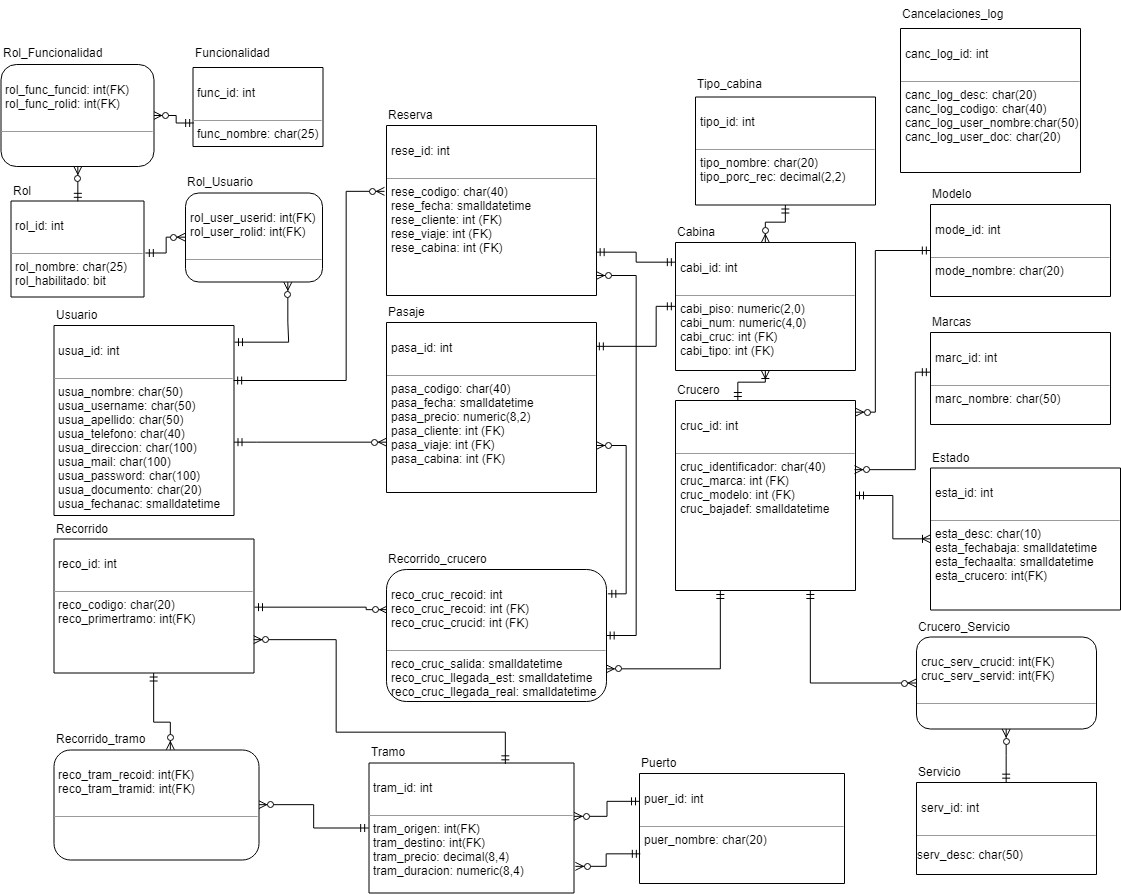
The draw.io diagram gdd tp.png in UliDePiero/GdD_1C2K19, before a commit. Source tidied: cells renumbered, new cells last; positions are measured from the earlier drawing's top-left corner, leaving out a move shared by most shapes.
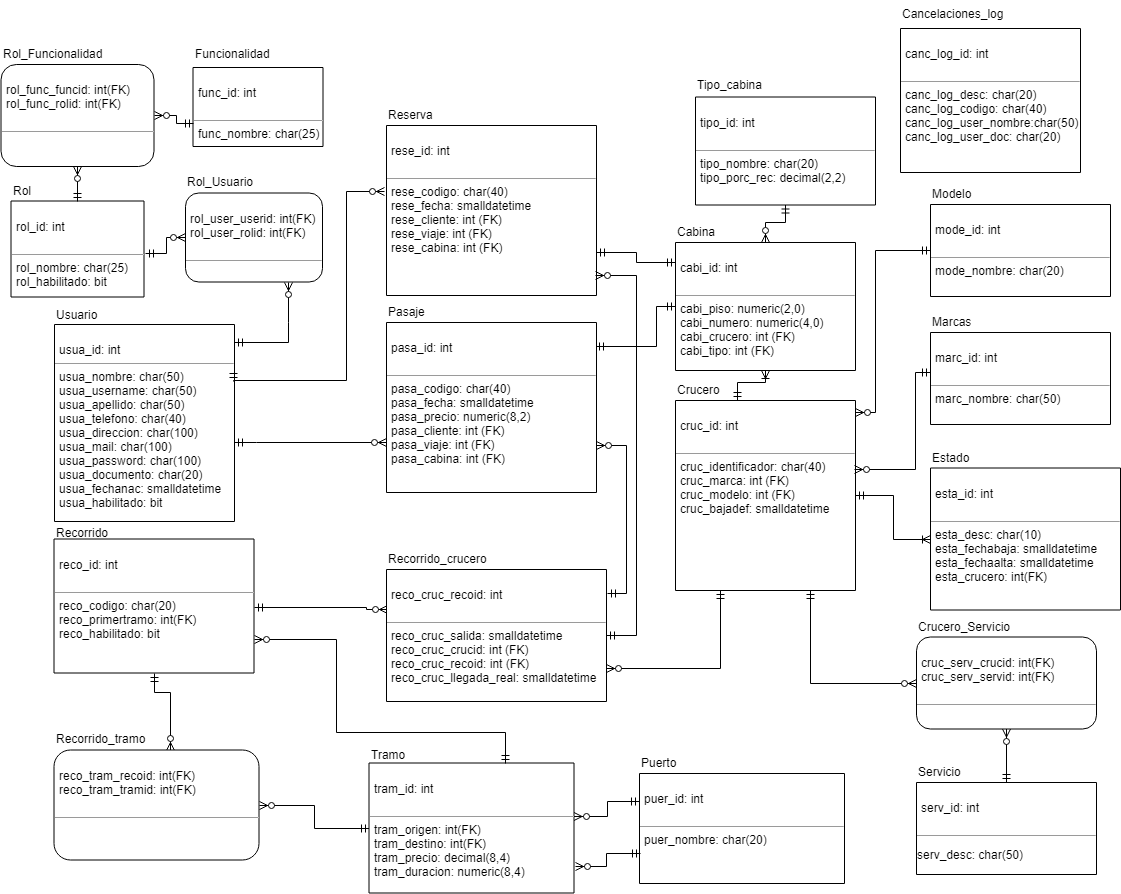
After the commit.

Commit message:
nuevo diag

Diff of the diagram source:
```diff
@@ -18,8 +18,8 @@
         </Array>
       </mxGeometry>
     </mxCell>
-    <mxCell id="4" value="&lt;p style=&quot;margin: 0px ; margin-top: 4px ; text-align: center&quot;&gt;&lt;br&gt;&lt;/p&gt;&lt;p style=&quot;margin: 0px ; margin-left: 4px&quot;&gt;usua_id: int&lt;/p&gt;&lt;p style=&quot;margin: 0px ; margin-left: 4px&quot;&gt;&lt;br&gt;&lt;/p&gt;&lt;hr size=&quot;1&quot;&gt;&lt;p style=&quot;margin: 0px ; margin-left: 4px&quot;&gt;usua_nombre: char(50)&lt;/p&gt;&lt;p style=&quot;margin: 0px ; margin-left: 4px&quot;&gt;usua_username: char(50)&lt;/p&gt;&lt;p style=&quot;margin: 0px ; margin-left: 4px&quot;&gt;usua_apellido: char(50)&lt;/p&gt;&lt;p style=&quot;margin: 0px ; margin-left: 4px&quot;&gt;usua_telefono: char(40)&lt;/p&gt;&lt;p style=&quot;margin: 0px ; margin-left: 4px&quot;&gt;usua_direccion: char(100)&lt;/p&gt;&lt;p style=&quot;margin: 0px ; margin-left: 4px&quot;&gt;usua_mail: char(100)&lt;/p&gt;&lt;p style=&quot;margin: 0px ; margin-left: 4px&quot;&gt;usua_password: char(100)&lt;/p&gt;&lt;p style=&quot;margin: 0px ; margin-left: 4px&quot;&gt;usua_documento: char(20)&lt;/p&gt;&lt;p style=&quot;margin: 0px ; margin-left: 4px&quot;&gt;usua_fechanac: smalldatetime&lt;/p&gt;&lt;p style=&quot;margin: 0px ; margin-left: 4px&quot;&gt;&lt;br&gt;&lt;/p&gt;" style="verticalAlign=top;align=left;overflow=fill;fontSize=12;fontFamily=Helvetica;html=1;rounded=0;shadow=0;comic=0;labelBackgroundColor=none;strokeColor=#000000;strokeWidth=1;fillColor=#ffffff;direction=south;" parent="1" vertex="1">
-      <mxGeometry x="53.5" y="325" width="180" height="190" as="geometry" />
+    <mxCell id="4" value="&lt;p style=&quot;margin: 0px ; margin-top: 4px ; text-align: center&quot;&gt;&lt;br&gt;&lt;/p&gt;&lt;p style=&quot;margin: 0px ; margin-left: 4px&quot;&gt;usua_id: int&lt;/p&gt;&lt;hr size=&quot;1&quot;&gt;&lt;p style=&quot;margin: 0px ; margin-left: 4px&quot;&gt;usua_nombre: char(50)&lt;/p&gt;&lt;p style=&quot;margin: 0px ; margin-left: 4px&quot;&gt;usua_username: char(50)&lt;/p&gt;&lt;p style=&quot;margin: 0px ; margin-left: 4px&quot;&gt;usua_apellido: char(50)&lt;/p&gt;&lt;p style=&quot;margin: 0px ; margin-left: 4px&quot;&gt;usua_telefono: char(40)&lt;/p&gt;&lt;p style=&quot;margin: 0px ; margin-left: 4px&quot;&gt;usua_direccion: char(100)&lt;/p&gt;&lt;p style=&quot;margin: 0px ; margin-left: 4px&quot;&gt;usua_mail: char(100)&lt;/p&gt;&lt;p style=&quot;margin: 0px ; margin-left: 4px&quot;&gt;usua_password: char(100)&lt;/p&gt;&lt;p style=&quot;margin: 0px ; margin-left: 4px&quot;&gt;usua_documento: char(20)&lt;/p&gt;&lt;p style=&quot;margin: 0px ; margin-left: 4px&quot;&gt;usua_fechanac: smalldatetime&lt;/p&gt;&lt;p style=&quot;margin: 0px ; margin-left: 4px&quot;&gt;usua_habilitado: bit&lt;/p&gt;" style="verticalAlign=top;align=left;overflow=fill;fontSize=12;fontFamily=Helvetica;html=1;rounded=0;shadow=0;comic=0;labelBackgroundColor=none;strokeColor=#000000;strokeWidth=1;fillColor=#ffffff;direction=south;" parent="1" vertex="1">
+      <mxGeometry x="54" y="324" width="180" height="197" as="geometry" />
     </mxCell>
     <mxCell id="5" style="edgeStyle=orthogonalEdgeStyle;rounded=0;jettySize=auto;html=1;exitX=0.141;exitY=0.005;exitDx=0;exitDy=0;entryX=0.5;entryY=1;entryDx=0;entryDy=0;startArrow=ERmandOne;startFill=0;endArrow=ERmandOne;endFill=0;exitPerimeter=0;" parent="1" edge="1" source="6" target="15">
       <mxGeometry relative="1" as="geometry">
@@ -61,7 +61,7 @@
     <mxCell id="14" style="edgeStyle=orthogonalEdgeStyle;rounded=0;jettySize=auto;html=1;startArrow=ERzeroToMany;startFill=1;endArrow=ERmandOne;endFill=0;" parent="1" edge="1" source="15" target="16">
       <mxGeometry relative="1" as="geometry" />
     </mxCell>
-    <mxCell id="15" value="&lt;p style=&quot;margin: 0px ; margin-top: 4px ; text-align: center&quot;&gt;&lt;br&gt;&lt;/p&gt;&lt;p style=&quot;margin: 0px ; margin-left: 4px&quot;&gt;cabi_id: int&lt;/p&gt;&lt;p style=&quot;margin: 0px ; margin-left: 4px&quot;&gt;&lt;br&gt;&lt;/p&gt;&lt;hr size=&quot;1&quot;&gt;&lt;p style=&quot;margin: 0px ; margin-left: 4px&quot;&gt;cabi_piso: numeric(2,0)&lt;/p&gt;&lt;p style=&quot;margin: 0px ; margin-left: 4px&quot;&gt;cabi_num: numeric(4,0)&lt;/p&gt;&lt;p style=&quot;margin: 0px ; margin-left: 4px&quot;&gt;cabi_cruc: int (FK)&lt;/p&gt;&lt;p style=&quot;margin: 0px ; margin-left: 4px&quot;&gt;cabi_tipo: int (FK)&lt;/p&gt;&lt;p style=&quot;margin: 0px ; margin-left: 4px&quot;&gt;&lt;br&gt;&lt;/p&gt;" style="verticalAlign=top;align=left;overflow=fill;fontSize=12;fontFamily=Helvetica;html=1;rounded=0;shadow=0;comic=0;labelBackgroundColor=none;strokeColor=#000000;strokeWidth=1;fillColor=#ffffff;direction=south;" parent="1" vertex="1">
+    <mxCell id="15" value="&lt;p style=&quot;margin: 0px ; margin-top: 4px ; text-align: center&quot;&gt;&lt;br&gt;&lt;/p&gt;&lt;p style=&quot;margin: 0px ; margin-left: 4px&quot;&gt;cabi_id: int&lt;/p&gt;&lt;p style=&quot;margin: 0px ; margin-left: 4px&quot;&gt;&lt;br&gt;&lt;/p&gt;&lt;hr size=&quot;1&quot;&gt;&lt;p style=&quot;margin: 0px ; margin-left: 4px&quot;&gt;cabi_piso: numeric(2,0)&lt;/p&gt;&lt;p style=&quot;margin: 0px ; margin-left: 4px&quot;&gt;cabi_numero: numeric(4,0)&lt;/p&gt;&lt;p style=&quot;margin: 0px ; margin-left: 4px&quot;&gt;cabi_crucero: int (FK)&lt;/p&gt;&lt;p style=&quot;margin: 0px ; margin-left: 4px&quot;&gt;cabi_tipo: int (FK)&lt;/p&gt;&lt;p style=&quot;margin: 0px ; margin-left: 4px&quot;&gt;&lt;br&gt;&lt;/p&gt;" style="verticalAlign=top;align=left;overflow=fill;fontSize=12;fontFamily=Helvetica;html=1;rounded=0;shadow=0;comic=0;labelBackgroundColor=none;strokeColor=#000000;strokeWidth=1;fillColor=#ffffff;direction=south;" parent="1" vertex="1">
       <mxGeometry x="675" y="242" width="180" height="128" as="geometry" />
     </mxCell>
     <mxCell id="16" value="&lt;p style=&quot;margin: 0px ; margin-top: 4px ; text-align: center&quot;&gt;&lt;br&gt;&lt;/p&gt;&lt;p style=&quot;margin: 0px ; margin-left: 4px&quot;&gt;tipo_id: int&lt;/p&gt;&lt;p style=&quot;margin: 0px ; margin-left: 4px&quot;&gt;&lt;br&gt;&lt;/p&gt;&lt;hr size=&quot;1&quot;&gt;&lt;p style=&quot;margin: 0px ; margin-left: 4px&quot;&gt;&lt;span&gt;tipo_nombre: char(20)&lt;/span&gt;&lt;br&gt;&lt;/p&gt;&lt;p style=&quot;margin: 0px ; margin-left: 4px&quot;&gt;tipo_porc_rec: decimal(2,2)&lt;/p&gt;&lt;p style=&quot;margin: 0px ; margin-left: 4px&quot;&gt;&lt;br&gt;&lt;/p&gt;&lt;p style=&quot;margin: 0px ; margin-left: 4px&quot;&gt;&lt;br&gt;&lt;/p&gt;&lt;p style=&quot;margin: 0px ; margin-left: 4px&quot;&gt;&lt;br&gt;&lt;/p&gt;" style="verticalAlign=top;align=left;overflow=fill;fontSize=12;fontFamily=Helvetica;html=1;rounded=0;shadow=0;comic=0;labelBackgroundColor=none;strokeColor=#000000;strokeWidth=1;fillColor=#ffffff;direction=south;" parent="1" vertex="1">
@@ -82,22 +82,22 @@
     <mxCell id="19" style="edgeStyle=orthogonalEdgeStyle;rounded=0;jettySize=auto;html=1;startArrow=ERmandOne;startFill=0;endArrow=ERzeroToMany;endFill=1;entryX=0.433;entryY=1;entryDx=0;entryDy=0;entryPerimeter=0;exitX=0.5;exitY=0;exitDx=0;exitDy=0;" parent="1" edge="1" source="20" target="37">
       <mxGeometry relative="1" as="geometry">
         <Array as="points">
-          <mxPoint x="154" y="722" />
-          <mxPoint x="169" y="722" />
+          <mxPoint x="154" y="692" />
+          <mxPoint x="170" y="692" />
         </Array>
       </mxGeometry>
     </mxCell>
-    <mxCell id="20" value="&lt;p style=&quot;margin: 0px ; margin-top: 4px ; text-align: center&quot;&gt;&lt;br&gt;&lt;/p&gt;&lt;p style=&quot;margin: 0px ; margin-left: 4px&quot;&gt;reco_id: int&lt;br&gt;&lt;/p&gt;&lt;p style=&quot;margin: 0px ; margin-left: 4px&quot;&gt;&lt;br&gt;&lt;/p&gt;&lt;hr size=&quot;1&quot;&gt;&lt;p style=&quot;margin: 0px ; margin-left: 4px&quot;&gt;reco_codigo: char(20)&lt;span&gt;&lt;br&gt;&lt;/span&gt;&lt;/p&gt;&lt;p style=&quot;margin: 0px ; margin-left: 4px&quot;&gt;&lt;span&gt;reco_primertramo: int(FK)&lt;/span&gt;&lt;br&gt;&lt;/p&gt;" style="verticalAlign=top;align=left;overflow=fill;fontSize=12;fontFamily=Helvetica;html=1;rounded=0;shadow=0;comic=0;labelBackgroundColor=none;strokeColor=#000000;strokeWidth=1;fillColor=#ffffff;direction=west;" parent="1" vertex="1">
+    <mxCell id="20" value="&lt;p style=&quot;margin: 0px ; margin-top: 4px ; text-align: center&quot;&gt;&lt;br&gt;&lt;/p&gt;&lt;p style=&quot;margin: 0px ; margin-left: 4px&quot;&gt;reco_id: int&lt;br&gt;&lt;/p&gt;&lt;p style=&quot;margin: 0px ; margin-left: 4px&quot;&gt;&lt;br&gt;&lt;/p&gt;&lt;hr size=&quot;1&quot;&gt;&lt;p style=&quot;margin: 0px ; margin-left: 4px&quot;&gt;reco_codigo: char(20)&lt;span&gt;&lt;br&gt;&lt;/span&gt;&lt;/p&gt;&lt;p style=&quot;margin: 0px ; margin-left: 4px&quot;&gt;&lt;span&gt;reco_primertramo: int(FK)&lt;/span&gt;&lt;br&gt;&lt;/p&gt;&lt;p style=&quot;margin: 0px ; margin-left: 4px&quot;&gt;&lt;span&gt;reco_habilitado: bit&lt;/span&gt;&lt;/p&gt;" style="verticalAlign=top;align=left;overflow=fill;fontSize=12;fontFamily=Helvetica;html=1;rounded=0;shadow=0;comic=0;labelBackgroundColor=none;strokeColor=#000000;strokeWidth=1;fillColor=#ffffff;direction=west;" parent="1" vertex="1">
       <mxGeometry x="53.5" y="538.5" width="200" height="134" as="geometry" />
     </mxCell>
     <mxCell id="21" style="edgeStyle=orthogonalEdgeStyle;rounded=0;jettySize=auto;html=1;exitX=1;exitY=0.5;exitDx=0;exitDy=0;entryX=0;entryY=0.5;entryDx=0;entryDy=0;startArrow=ERmandOne;startFill=0;endArrow=ERzeroToMany;endFill=1;" parent="1" edge="1" source="54" target="37">
       <mxGeometry relative="1" as="geometry" />
     </mxCell>
     <mxCell id="22" value="Recorrido" style="text;html=1;align=left;verticalAlign=top;spacingTop=-4;" parent="1" vertex="1">
-      <mxGeometry x="53.5" y="518.5" width="70" height="20" as="geometry" />
+      <mxGeometry x="53.5" y="522.5" width="70" height="20" as="geometry" />
     </mxCell>
     <mxCell id="23" value="Tramo" style="text;html=1;align=left;verticalAlign=top;spacingTop=-4;" parent="1" vertex="1">
-      <mxGeometry x="368.5" y="741.5" width="50" height="20" as="geometry" />
+      <mxGeometry x="368.5" y="744.5" width="50" height="20" as="geometry" />
     </mxCell>
     <mxCell id="24" style="endArrow=ERzeroToMany;html=1;endFill=1;startArrow=ERmandOne;startFill=0;edgeStyle=orthogonalEdgeStyle;strokeColor=#000000;rounded=0;entryX=0.303;entryY=0.995;entryDx=0;entryDy=0;exitX=0;exitY=0.5;exitDx=0;exitDy=0;entryPerimeter=0;" parent="1" edge="1" target="28">
       <mxGeometry relative="1" as="geometry">
@@ -117,7 +117,7 @@
     <mxCell id="27" value="Estado" style="text;html=1;align=left;verticalAlign=top;spacingTop=-4;" parent="1" vertex="1">
       <mxGeometry x="930" y="447.5" width="50" height="20" as="geometry" />
     </mxCell>
-    <mxCell id="28" value="&lt;p style=&quot;margin: 0px ; margin-top: 4px ; text-align: center&quot;&gt;&lt;br&gt;&lt;/p&gt;&lt;p style=&quot;margin: 0px ; margin-left: 4px&quot;&gt;&lt;span&gt;reco_cruc_recoid: int&lt;/span&gt;&lt;/p&gt;&lt;p style=&quot;margin: 0px ; margin-left: 4px&quot;&gt;&lt;span&gt;reco_cruc_recoid: int (FK)&lt;/span&gt;&lt;br&gt;&lt;/p&gt;&lt;p style=&quot;margin: 0px ; margin-left: 4px&quot;&gt;&lt;span&gt;reco_cruc_crucid: int (FK)&lt;/span&gt;&lt;/p&gt;&lt;p style=&quot;margin: 0px ; margin-left: 4px&quot;&gt;&lt;br&gt;&lt;/p&gt;&lt;hr size=&quot;1&quot;&gt;&lt;p style=&quot;margin: 0px ; margin-left: 4px&quot;&gt;&lt;span&gt;reco_cruc_salida: smalldatetime&lt;/span&gt;&lt;br&gt;&lt;/p&gt;&lt;p style=&quot;margin: 0px ; margin-left: 4px&quot;&gt;&lt;span&gt;reco_cruc_llegada_est: smalldatetime&lt;/span&gt;&lt;/p&gt;&lt;p style=&quot;margin: 0px ; margin-left: 4px&quot;&gt;&lt;span&gt;reco_cruc_llegada_real: smalldatetime&lt;/span&gt;&lt;br&gt;&lt;/p&gt;&lt;p style=&quot;margin: 0px ; margin-left: 4px&quot;&gt;&lt;br&gt;&lt;/p&gt;" style="verticalAlign=top;align=left;overflow=fill;fontSize=12;fontFamily=Helvetica;html=1;rounded=1;shadow=0;comic=0;labelBackgroundColor=none;strokeColor=#000000;strokeWidth=1;fillColor=#ffffff;direction=south;" parent="1" vertex="1">
+    <mxCell id="28" value="&lt;p style=&quot;margin: 0px ; margin-top: 4px ; text-align: center&quot;&gt;&lt;br&gt;&lt;/p&gt;&lt;p style=&quot;margin: 0px ; margin-left: 4px&quot;&gt;&lt;span&gt;reco_cruc_recoid: int&lt;/span&gt;&lt;/p&gt;&lt;p style=&quot;margin: 0px ; margin-left: 4px&quot;&gt;&lt;br&gt;&lt;/p&gt;&lt;hr size=&quot;1&quot;&gt;&lt;p style=&quot;margin: 0px ; margin-left: 4px&quot;&gt;&lt;span&gt;reco_cruc_salida: smalldatetime&lt;/span&gt;&lt;br&gt;&lt;/p&gt;&lt;p style=&quot;margin: 0px ; margin-left: 4px&quot;&gt;reco_cruc_crucid: int (FK)&lt;br&gt;&lt;/p&gt;&lt;p style=&quot;margin: 0px ; margin-left: 4px&quot;&gt;reco_cruc_recoid: int (FK)&lt;br&gt;&lt;/p&gt;&lt;p style=&quot;margin: 0px ; margin-left: 4px&quot;&gt;&lt;span&gt;reco_cruc_llegada_real: smalldatetime&lt;/span&gt;&lt;br&gt;&lt;/p&gt;&lt;p style=&quot;margin: 0px ; margin-left: 4px&quot;&gt;&lt;br&gt;&lt;/p&gt;" style="verticalAlign=top;align=left;overflow=fill;fontSize=12;fontFamily=Helvetica;html=1;rounded=0;shadow=0;comic=0;labelBackgroundColor=none;strokeColor=#000000;strokeWidth=1;fillColor=#ffffff;direction=south;" parent="1" vertex="1">
       <mxGeometry x="386" y="569" width="220" height="132" as="geometry" />
     </mxCell>
     <mxCell id="29" style="endArrow=ERzeroToMany;html=1;endFill=1;startArrow=ERmandOne;startFill=0;edgeStyle=orthogonalEdgeStyle;strokeColor=#000000;rounded=0;entryX=0.75;entryY=0;entryDx=0;entryDy=0;exitX=1;exitY=0.75;exitDx=0;exitDy=0;" parent="1" edge="1" source="12" target="28">
```
